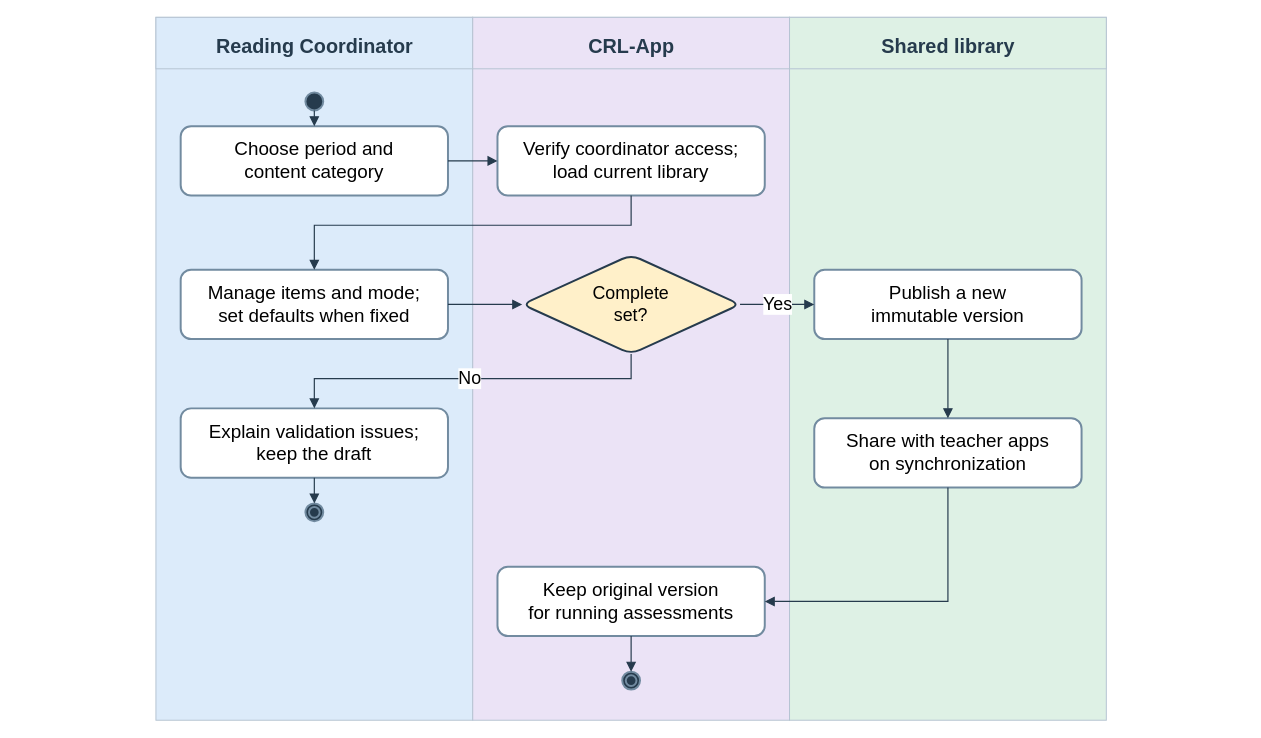
This is docs/diagrams/class-workspaces/figure-17-content-management.drawio from AkuSayangKamuJudaSayang/crl-app, a draw.io file, before an edit. Source tidied: cells renumbered, new cells numbered last; positions are measured from the earlier drawing's top-left corner, leaving out a move shared by most shapes. Both pictures are drawn from the tidied source at 99%, with x=0, y=0 at pixel (17, 17).
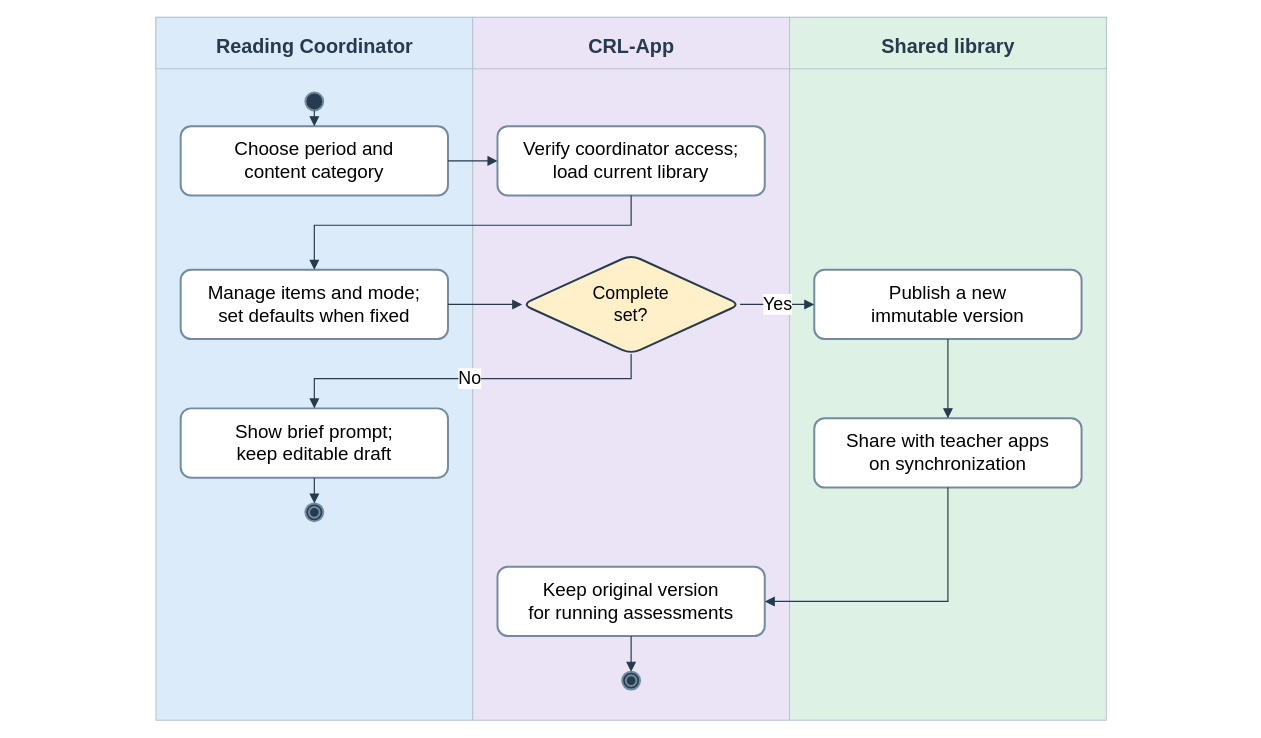
The same diagram, later.

Change to the diagram source:
```diff
@@
-    <mxCell id="16" value="Explain validation issues;&lt;br&gt;keep the draft" style="rounded=1;whiteSpace=wrap;html=1;fontFamily=Arial;fillColor=#ffffff;strokeColor=#728ba0;strokeWidth=2;fontSize=19;" parent="1" vertex="1">
+    <mxCell id="16" value="Show brief prompt;&lt;br&gt;keep editable draft" style="rounded=1;whiteSpace=wrap;html=1;fontFamily=Arial;fillColor=#ffffff;strokeColor=#728ba0;strokeWidth=2;fontSize=19;" parent="1" vertex="1">
       <mxGeometry x="165" y="395" width="270" height="70" as="geometry" />
     </mxCell>
```
